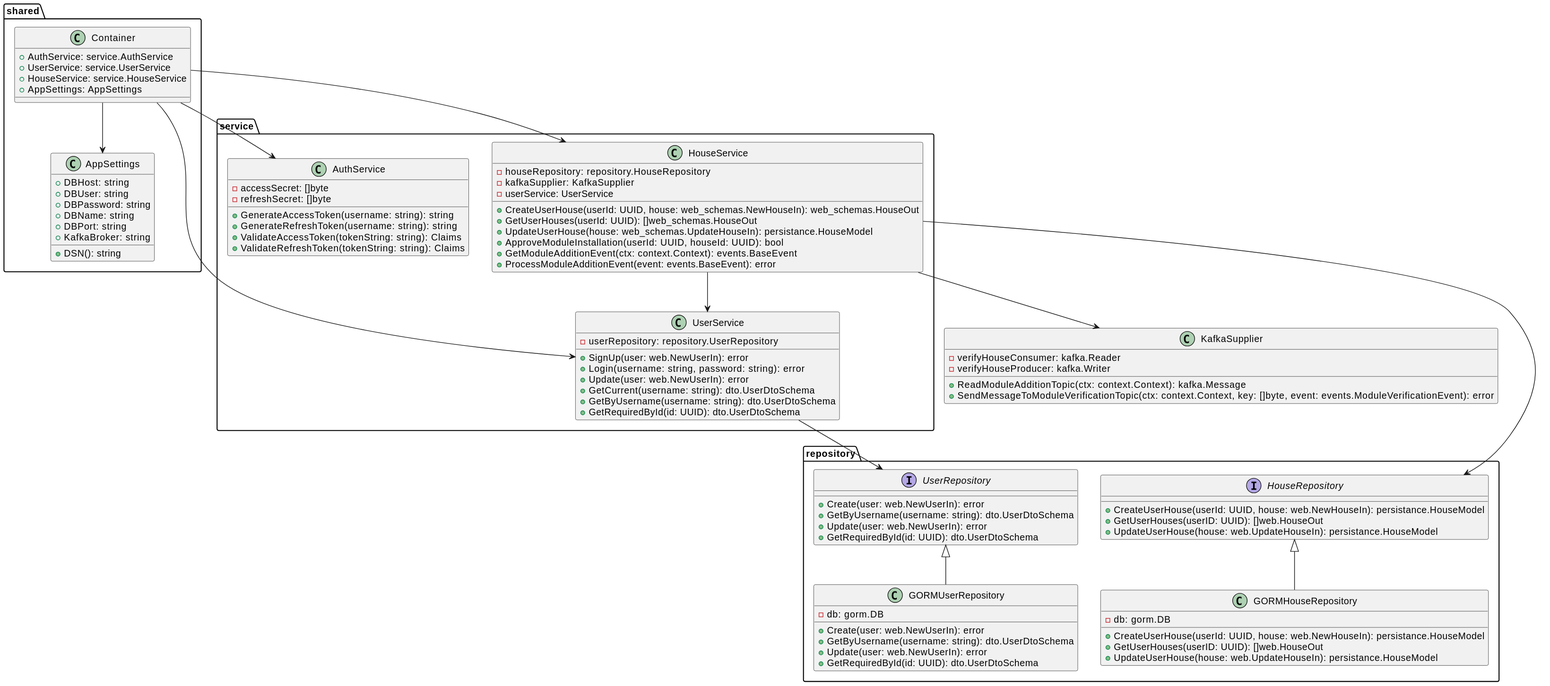
The PlantUML diagram user-service/Code_CleverVillageSystem_UserService.svg in baydinvladislav/architecture-sprint-3, before a commit. Source of this version:
```plantuml
@startuml
class KafkaSupplier {
    - verifyHouseConsumer: kafka.Reader
    - verifyHouseProducer: kafka.Writer
    + ReadModuleAdditionTopic(ctx: context.Context): kafka.Message
    + SendMessageToModuleVerificationTopic(ctx: context.Context, key: []byte, event: events.ModuleVerificationEvent): error
}

package "shared" {
    class Container {
        + AuthService: service.AuthService
        + UserService: service.UserService
        + HouseService: service.HouseService
        + AppSettings: AppSettings
    }
}

package "service" {
    class AuthService {
        - accessSecret: []byte
        - refreshSecret: []byte
        + GenerateAccessToken(username: string): string
        + GenerateRefreshToken(username: string): string
        + ValidateAccessToken(tokenString: string): Claims
        + ValidateRefreshToken(tokenString: string): Claims
    }

    class HouseService {
        - houseRepository: repository.HouseRepository
        - kafkaSupplier: KafkaSupplier
        - userService: UserService
        + CreateUserHouse(userId: UUID, house: web_schemas.NewHouseIn): web_schemas.HouseOut
        + GetUserHouses(userId: UUID): []web_schemas.HouseOut
        + UpdateUserHouse(house: web_schemas.UpdateHouseIn): persistance.HouseModel
        + ApproveModuleInstallation(userId: UUID, houseId: UUID): bool
        + GetModuleAdditionEvent(ctx: context.Context): events.BaseEvent
        + ProcessModuleAdditionEvent(event: events.BaseEvent): error
    }

    class UserService {
        - userRepository: repository.UserRepository
        + SignUp(user: web.NewUserIn): error
        + Login(username: string, password: string): error
        + Update(user: web.NewUserIn): error
        + GetCurrent(username: string): dto.UserDtoSchema
        + GetByUsername(username: string): dto.UserDtoSchema
        + GetRequiredById(id: UUID): dto.UserDtoSchema
    }
}

package "repository" {
    interface HouseRepository {
        + CreateUserHouse(userId: UUID, house: web.NewHouseIn): persistance.HouseModel
        + GetUserHouses(userID: UUID): []web.HouseOut
        + UpdateUserHouse(house: web.UpdateHouseIn): persistance.HouseModel
    }

    class GORMHouseRepository {
        - db: gorm.DB
        + CreateUserHouse(userId: UUID, house: web.NewHouseIn): persistance.HouseModel
        + GetUserHouses(userID: UUID): []web.HouseOut
        + UpdateUserHouse(house: web.UpdateHouseIn): persistance.HouseModel
    }

    HouseRepository <|-- GORMHouseRepository

    interface UserRepository {
        + Create(user: web.NewUserIn): error
        + GetByUsername(username: string): dto.UserDtoSchema
        + Update(user: web.NewUserIn): error
        + GetRequiredById(id: UUID): dto.UserDtoSchema
    }

    class GORMUserRepository {
        - db: gorm.DB
        + Create(user: web.NewUserIn): error
        + GetByUsername(username: string): dto.UserDtoSchema
        + Update(user: web.NewUserIn): error
        + GetRequiredById(id: UUID): dto.UserDtoSchema
    }

    UserRepository <|-- GORMUserRepository
}

package "shared" {
    class AppSettings {
        + DBHost: string
        + DBUser: string
        + DBPassword: string
        + DBName: string
        + DBPort: string
        + KafkaBroker: string
        + DSN(): string
    }
}

Container --> AuthService
Container --> UserService
Container --> HouseService
Container --> AppSettings

HouseService --> HouseRepository
HouseService --> KafkaSupplier
HouseService --> UserService

UserService --> UserRepository
@enduml
```
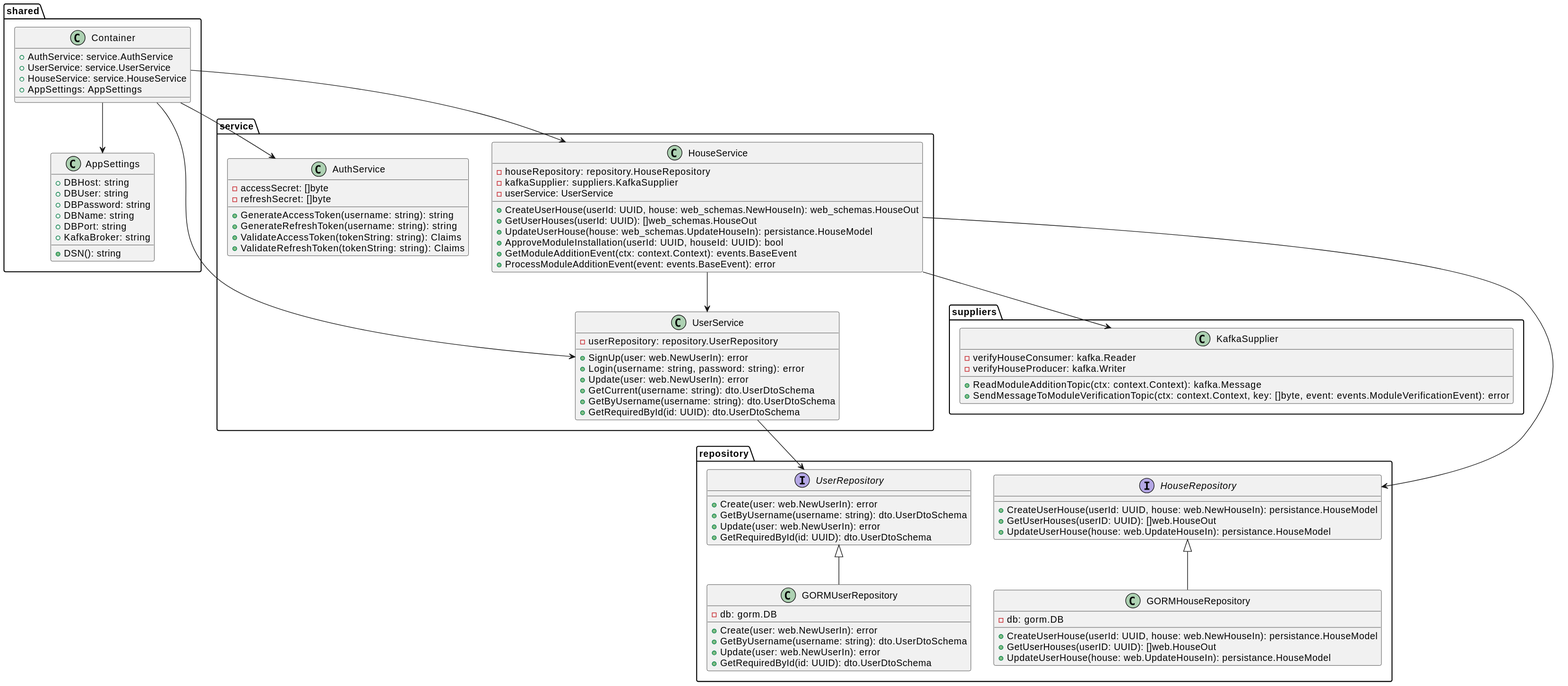
Later version of the same file.

Commit message:
updating improve user service c4 code diagram

What changed in the source:
```diff
@@ -1,9 +1,11 @@
 @startuml
-class KafkaSupplier {
-    - verifyHouseConsumer: kafka.Reader
-    - verifyHouseProducer: kafka.Writer
-    + ReadModuleAdditionTopic(ctx: context.Context): kafka.Message
-    + SendMessageToModuleVerificationTopic(ctx: context.Context, key: []byte, event: events.ModuleVerificationEvent): error
+package "suppliers" {
+    class KafkaSupplier {
+        - verifyHouseConsumer: kafka.Reader
+        - verifyHouseProducer: kafka.Writer
+        + ReadModuleAdditionTopic(ctx: context.Context): kafka.Message
+        + SendMessageToModuleVerificationTopic(ctx: context.Context, key: []byte, event: events.ModuleVerificationEvent): error
+    }
 }
 
 package "shared" {
@@ -27,7 +29,7 @@
 
     class HouseService {
         - houseRepository: repository.HouseRepository
-        - kafkaSupplier: KafkaSupplier
+        - kafkaSupplier: suppliers.KafkaSupplier
         - userService: UserService
         + CreateUserHouse(userId: UUID, house: web_schemas.NewHouseIn): web_schemas.HouseOut
         + GetUserHouses(userId: UUID): []web_schemas.HouseOut
@@ -100,7 +102,7 @@
 Container --> AppSettings
 
 HouseService --> HouseRepository
-HouseService --> KafkaSupplier
+HouseService --> suppliers.KafkaSupplier
 HouseService --> UserService
 
 UserService --> UserRepository
```
